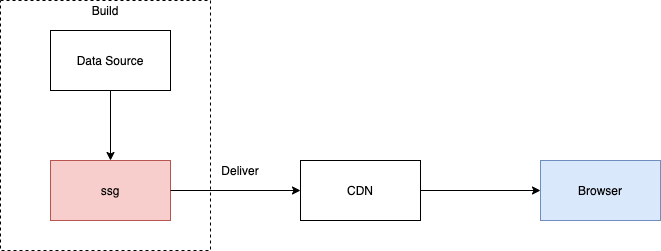
The draw.io diagram img/igr-ssg.png in brandonxiang/keynote, before a commit. Source tidied: cells renumbered, new cells last; positions are measured from the earlier drawing's top-left corner, leaving out a move shared by most shapes.
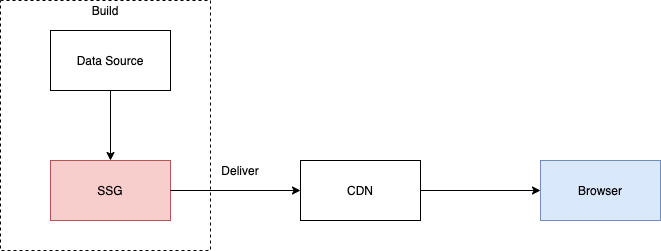
Above is the later version.

Diff of the diagram source:
```diff
@@ -5,7 +5,7 @@
     <mxCell id="2" style="rounded=0;whiteSpace=wrap;html=1;dashed=1;" parent="1" vertex="1">
       <mxGeometry width="210" height="250" as="geometry" />
     </mxCell>
-    <mxCell id="3" value="ssg" style="rounded=0;whiteSpace=wrap;html=1;fillColor=#f8cecc;strokeColor=#b85450;" parent="1" vertex="1">
+    <mxCell id="3" value="SSG" style="rounded=0;whiteSpace=wrap;html=1;fillColor=#f8cecc;strokeColor=#b85450;" parent="1" vertex="1">
       <mxGeometry x="50" y="160" width="120" height="60" as="geometry" />
     </mxCell>
     <mxCell id="4" value="Data Source" style="rounded=0;whiteSpace=wrap;html=1;" parent="1" vertex="1">
```
